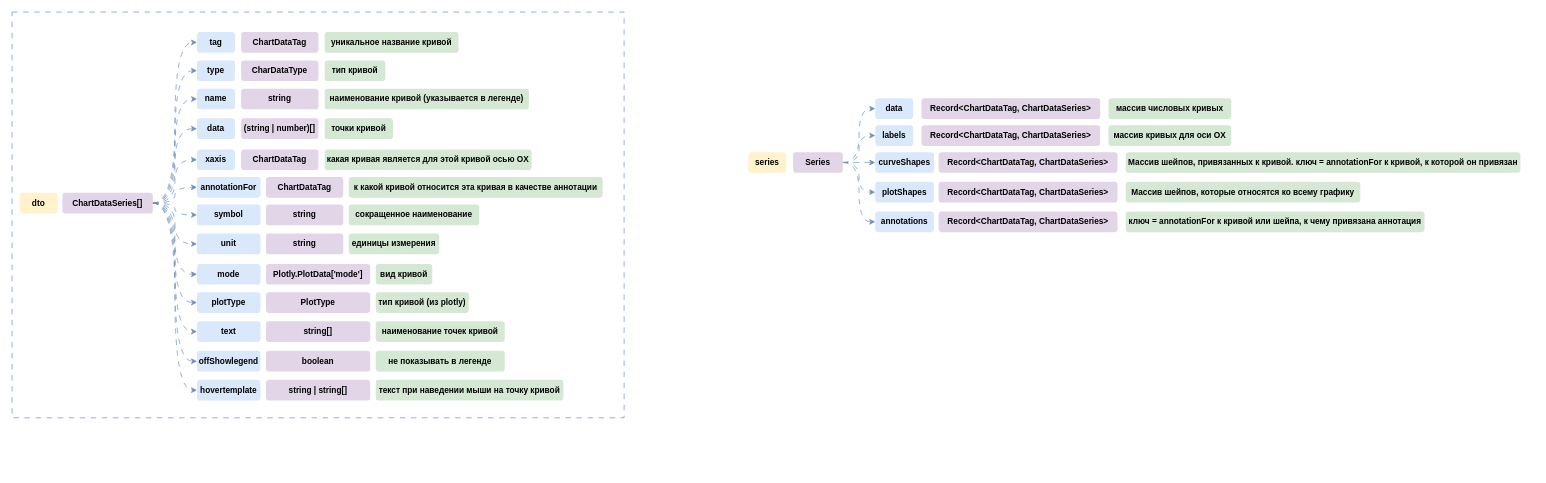
Earlier version of the draw.io diagram page "Flow" (3 of 4) of Plotly.drawio (orlov-oleg-developer/asuter-UML). Source tidied: cells renumbered, new cells numbered last; positions are measured from the earlier drawing's top-left corner, leaving out a move shared by most shapes. Both pictures are drawn from the tidied source at 69%, with x=0, y=0 at pixel (12, 12).
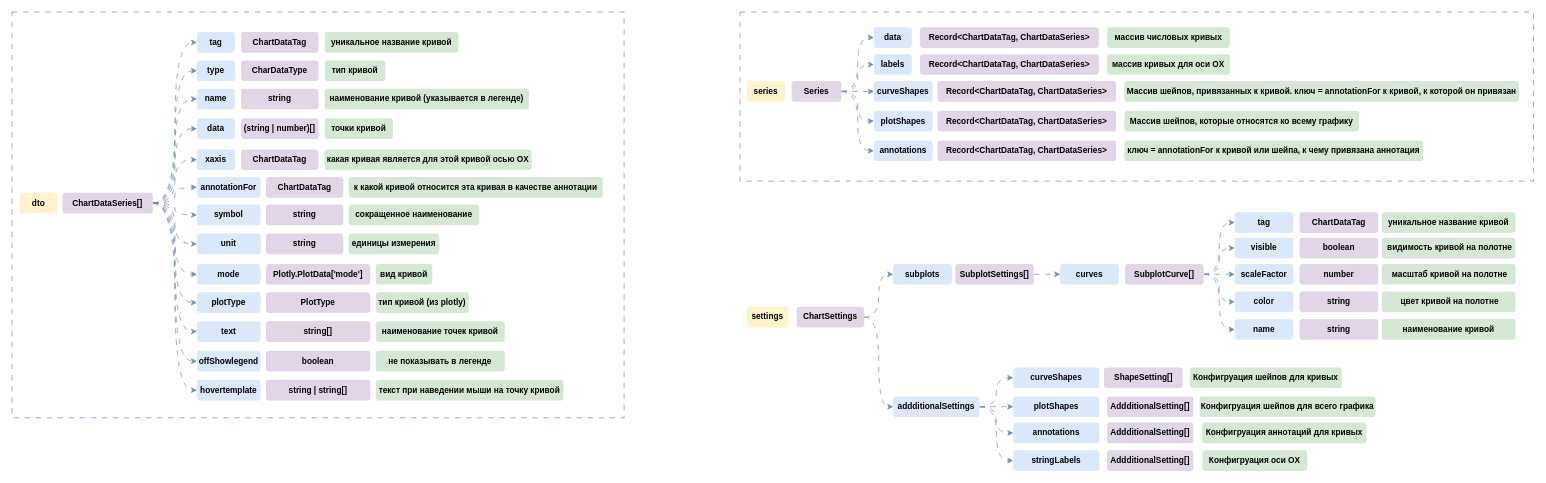
After the change.

What changed in the source:
```diff
@@
+    <mxCell id="80" style="rounded=0;whiteSpace=wrap;html=1;fontFamily=Helvetica;fontSize=11;fillColor=none;dashed=1;dashPattern=8 8;strokeColor=#6c8ebf;" parent="1" vertex="1">
+      <mxGeometry x="1055" width="1150" height="245" as="geometry" />
+    </mxCell>
@@
     <mxCell id="58" value="series" style="rounded=1;whiteSpace=wrap;html=1;fillColor=#fff2cc;strokeColor=none;fontStyle=1;" parent="1" vertex="1">
-      <mxGeometry x="1067" y="203" width="55" height="30" as="geometry" />
+      <mxGeometry x="1065" y="100" width="55" height="30" as="geometry" />
     </mxCell>
@@
     <mxCell id="64" value="Series" style="rounded=1;whiteSpace=wrap;html=1;fillColor=#e1d5e7;strokeColor=none;fontStyle=1;" parent="1" vertex="1">
-      <mxGeometry x="1132" y="203" width="72" height="30" as="geometry" />
+      <mxGeometry x="1130" y="100" width="72" height="30" as="geometry" />
     </mxCell>
     <mxCell id="65" value="data" style="rounded=1;whiteSpace=wrap;html=1;fillColor=#dae8fc;strokeColor=none;fontStyle=1;" parent="1" vertex="1">
-      <mxGeometry x="1251" y="125" width="55" height="30" as="geometry" />
+      <mxGeometry x="1249" y="22" width="55" height="30" as="geometry" />
     </mxCell>
     <mxCell id="66" value="Record&amp;lt;ChartDataTag, ChartDataSeries&amp;gt;" style="rounded=1;whiteSpace=wrap;html=1;fillColor=#e1d5e7;strokeColor=none;fontStyle=1;" parent="1" vertex="1">
-      <mxGeometry x="1318" y="125" width="259" height="30" as="geometry" />
+      <mxGeometry x="1316" y="22" width="259" height="30" as="geometry" />
     </mxCell>
     <mxCell id="67" value="массив числовых кривых" style="rounded=1;whiteSpace=wrap;html=1;fillColor=#d5e8d4;strokeColor=none;fontStyle=1;" parent="1" vertex="1">
-      <mxGeometry x="1589" y="125" width="178" height="30" as="geometry" />
+      <mxGeometry x="1587" y="22" width="178" height="30" as="geometry" />
     </mxCell>
     <mxCell id="68" value="labels" style="rounded=1;whiteSpace=wrap;html=1;fillColor=#dae8fc;strokeColor=none;fontStyle=1;" parent="1" vertex="1">
-      <mxGeometry x="1251" y="164" width="55" height="30" as="geometry" />
+      <mxGeometry x="1249" y="61" width="55" height="30" as="geometry" />
     </mxCell>
     <mxCell id="69" value="Record&amp;lt;ChartDataTag, ChartDataSeries&amp;gt;" style="rounded=1;whiteSpace=wrap;html=1;fillColor=#e1d5e7;strokeColor=none;fontStyle=1;" parent="1" vertex="1">
-      <mxGeometry x="1318" y="164" width="259" height="30" as="geometry" />
+      <mxGeometry x="1316" y="61" width="259" height="30" as="geometry" />
     </mxCell>
     <mxCell id="70" value="массив кривых для оси OX" style="rounded=1;whiteSpace=wrap;html=1;fillColor=#d5e8d4;strokeColor=none;fontStyle=1;" parent="1" vertex="1">
-      <mxGeometry x="1589" y="164" width="178" height="30" as="geometry" />
+      <mxGeometry x="1587" y="61" width="178" height="30" as="geometry" />
     </mxCell>
     <mxCell id="71" value="curveShapes" style="rounded=1;whiteSpace=wrap;html=1;fillColor=#dae8fc;strokeColor=none;fontStyle=1;" parent="1" vertex="1">
-      <mxGeometry x="1251" y="203" width="85" height="30" as="geometry" />
+      <mxGeometry x="1249" y="100" width="85" height="30" as="geometry" />
     </mxCell>
     <mxCell id="72" value="Record&amp;lt;ChartDataTag, ChartDataSeries&amp;gt;" style="rounded=1;whiteSpace=wrap;html=1;fillColor=#e1d5e7;strokeColor=none;fontStyle=1;" parent="1" vertex="1">
-      <mxGeometry x="1343" y="203" width="259" height="30" as="geometry" />
+      <mxGeometry x="1341" y="100" width="259" height="30" as="geometry" />
     </mxCell>
     <mxCell id="73" value="Массив шейпов, привязанных к кривой. ключ = annotationFor к кривой, к которой он привязан" style="rounded=1;whiteSpace=wrap;html=1;fillColor=#d5e8d4;strokeColor=none;fontStyle=1;" parent="1" vertex="1">
-      <mxGeometry x="1614" y="203" width="572" height="30" as="geometry" />
+      <mxGeometry x="1612" y="100" width="572" height="30" as="geometry" />
     </mxCell>
     <mxCell id="74" value="plotShapes" style="rounded=1;whiteSpace=wrap;html=1;fillColor=#dae8fc;strokeColor=none;fontStyle=1;" parent="1" vertex="1">
-      <mxGeometry x="1251" y="246" width="85" height="30" as="geometry" />
+      <mxGeometry x="1249" y="143" width="85" height="30" as="geometry" />
     </mxCell>
     <mxCell id="75" value="Record&amp;lt;ChartDataTag, ChartDataSeries&amp;gt;" style="rounded=1;whiteSpace=wrap;html=1;fillColor=#e1d5e7;strokeColor=none;fontStyle=1;" parent="1" vertex="1">
-      <mxGeometry x="1343" y="246" width="259" height="30" as="geometry" />
+      <mxGeometry x="1341" y="143" width="259" height="30" as="geometry" />
     </mxCell>
     <mxCell id="76" value="Массив шейпов, которые относятся ко всему графику" style="rounded=1;whiteSpace=wrap;html=1;fillColor=#d5e8d4;strokeColor=none;fontStyle=1;" parent="1" vertex="1">
-      <mxGeometry x="1614" y="246" width="340" height="30" as="geometry" />
+      <mxGeometry x="1612" y="143" width="340" height="30" as="geometry" />
     </mxCell>
     <mxCell id="77" value="annotations" style="rounded=1;whiteSpace=wrap;html=1;fillColor=#dae8fc;strokeColor=none;fontStyle=1;" parent="1" vertex="1">
-      <mxGeometry x="1251" y="289" width="85" height="30" as="geometry" />
+      <mxGeometry x="1249" y="186" width="85" height="30" as="geometry" />
     </mxCell>
     <mxCell id="78" value="Record&amp;lt;ChartDataTag, ChartDataSeries&amp;gt;" style="rounded=1;whiteSpace=wrap;html=1;fillColor=#e1d5e7;strokeColor=none;fontStyle=1;" parent="1" vertex="1">
-      <mxGeometry x="1343" y="289" width="259" height="30" as="geometry" />
+      <mxGeometry x="1341" y="186" width="259" height="30" as="geometry" />
     </mxCell>
     <mxCell id="79" value="ключ = annotationFor к кривой или шейпа, к чему привязана аннотация" style="rounded=1;whiteSpace=wrap;html=1;fillColor=#d5e8d4;strokeColor=none;fontStyle=1;" parent="1" vertex="1">
-      <mxGeometry x="1614" y="289" width="433" height="30" as="geometry" />
+      <mxGeometry x="1612" y="186" width="433" height="30" as="geometry" />
     </mxCell>
+    <mxCell id="81" value="settings" style="rounded=1;whiteSpace=wrap;html=1;fillColor=#fff2cc;strokeColor=none;fontStyle=1;" parent="1" vertex="1">
+      <mxGeometry x="1065" y="427" width="60" height="30" as="geometry" />
+    </mxCell>
+    <mxCell id="82" style="edgeStyle=orthogonalEdgeStyle;shape=connector;curved=1;rounded=0;jettySize=auto;html=1;entryX=0;entryY=0.5;entryDx=0;entryDy=0;dashed=1;dashPattern=8 8;labelBackgroundColor=default;strokeColor=#6c8ebf;align=center;verticalAlign=middle;fontFamily=Helvetica;fontSize=11;fontColor=default;endArrow=classic;endFill=1;fillColor=#dae8fc;" parent="1" edge="1" source="84" target="85">
+      <mxGeometry relative="1" as="geometry" />
+    </mxCell>
+    <mxCell id="83" style="edgeStyle=orthogonalEdgeStyle;shape=connector;curved=1;rounded=0;jettySize=auto;html=1;entryX=0;entryY=0.5;entryDx=0;entryDy=0;dashed=1;dashPattern=8 8;labelBackgroundColor=default;strokeColor=#6c8ebf;align=center;verticalAlign=middle;fontFamily=Helvetica;fontSize=11;fontColor=default;endArrow=classic;endFill=1;fillColor=#dae8fc;" parent="1" edge="1" source="84" target="114">
+      <mxGeometry relative="1" as="geometry" />
+    </mxCell>
+    <mxCell id="84" value="ChartSettings" style="rounded=1;whiteSpace=wrap;html=1;fillColor=#e1d5e7;strokeColor=none;fontStyle=1;" parent="1" vertex="1">
+      <mxGeometry x="1137" y="427" width="98" height="30" as="geometry" />
+    </mxCell>
+    <mxCell id="85" value="subplots" style="rounded=1;whiteSpace=wrap;html=1;fillColor=#dae8fc;strokeColor=none;fontStyle=1;" parent="1" vertex="1">
+      <mxGeometry x="1277" y="365" width="85" height="30" as="geometry" />
+    </mxCell>
+    <mxCell id="86" style="edgeStyle=orthogonalEdgeStyle;shape=connector;curved=1;rounded=0;jettySize=auto;html=1;entryX=0;entryY=0.5;entryDx=0;entryDy=0;dashed=1;dashPattern=8 8;labelBackgroundColor=default;strokeColor=#6c8ebf;align=center;verticalAlign=middle;fontFamily=Helvetica;fontSize=11;fontColor=default;endArrow=classic;endFill=1;fillColor=#dae8fc;" parent="1" edge="1" source="87" target="88">
+      <mxGeometry relative="1" as="geometry" />
+    </mxCell>
+    <mxCell id="87" value="SubplotSettings[]" style="rounded=1;whiteSpace=wrap;html=1;fillColor=#e1d5e7;strokeColor=none;fontStyle=1;" parent="1" vertex="1">
+      <mxGeometry x="1367" y="365" width="114" height="30" as="geometry" />
+    </mxCell>
+    <mxCell id="88" value="curves" style="rounded=1;whiteSpace=wrap;html=1;fillColor=#dae8fc;strokeColor=none;fontStyle=1;" parent="1" vertex="1">
+      <mxGeometry x="1519" y="365" width="85" height="30" as="geometry" />
+    </mxCell>
+    <mxCell id="89" style="edgeStyle=orthogonalEdgeStyle;shape=connector;curved=1;rounded=0;jettySize=auto;html=1;entryX=0;entryY=0.5;entryDx=0;entryDy=0;dashed=1;dashPattern=8 8;labelBackgroundColor=default;strokeColor=#6c8ebf;align=center;verticalAlign=middle;fontFamily=Helvetica;fontSize=11;fontColor=default;endArrow=classic;endFill=1;fillColor=#dae8fc;" parent="1" edge="1" source="94" target="95">
+      <mxGeometry relative="1" as="geometry" />
+    </mxCell>
+    <mxCell id="90" style="edgeStyle=orthogonalEdgeStyle;shape=connector;curved=1;rounded=0;jettySize=auto;html=1;entryX=0;entryY=0.5;entryDx=0;entryDy=0;dashed=1;dashPattern=8 8;labelBackgroundColor=default;strokeColor=#6c8ebf;align=center;verticalAlign=middle;fontFamily=Helvetica;fontSize=11;fontColor=default;endArrow=classic;endFill=1;fillColor=#dae8fc;" parent="1" edge="1" source="94" target="97">
+      <mxGeometry relative="1" as="geometry" />
+    </mxCell>
+    <mxCell id="91" style="edgeStyle=orthogonalEdgeStyle;shape=connector;curved=1;rounded=0;jettySize=auto;html=1;entryX=0;entryY=0.5;entryDx=0;entryDy=0;dashed=1;dashPattern=8 8;labelBackgroundColor=default;strokeColor=#6c8ebf;align=center;verticalAlign=middle;fontFamily=Helvetica;fontSize=11;fontColor=default;endArrow=classic;endFill=1;fillColor=#dae8fc;" parent="1" edge="1" source="94" target="99">
+      <mxGeometry relative="1" as="geometry" />
+    </mxCell>
+    <mxCell id="92" style="edgeStyle=orthogonalEdgeStyle;shape=connector;curved=1;rounded=0;jettySize=auto;html=1;entryX=0;entryY=0.5;entryDx=0;entryDy=0;dashed=1;dashPattern=8 8;labelBackgroundColor=default;strokeColor=#6c8ebf;align=center;verticalAlign=middle;fontFamily=Helvetica;fontSize=11;fontColor=default;endArrow=classic;endFill=1;fillColor=#dae8fc;" parent="1" edge="1" source="94" target="101">
+      <mxGeometry relative="1" as="geometry" />
+    </mxCell>
+    <mxCell id="93" style="edgeStyle=orthogonalEdgeStyle;shape=connector;curved=1;rounded=0;jettySize=auto;html=1;entryX=0;entryY=0.5;entryDx=0;entryDy=0;dashed=1;dashPattern=8 8;labelBackgroundColor=default;strokeColor=#6c8ebf;align=center;verticalAlign=middle;fontFamily=Helvetica;fontSize=11;fontColor=default;endArrow=classic;endFill=1;fillColor=#dae8fc;" parent="1" edge="1" source="94" target="103">
+      <mxGeometry relative="1" as="geometry" />
+    </mxCell>
+    <mxCell id="94" value="SubplotCurve[]" style="rounded=1;whiteSpace=wrap;html=1;fillColor=#e1d5e7;strokeColor=none;fontStyle=1;" parent="1" vertex="1">
+      <mxGeometry x="1613" y="365" width="114" height="30" as="geometry" />
+    </mxCell>
+    <mxCell id="95" value="tag" style="rounded=1;whiteSpace=wrap;html=1;fillColor=#dae8fc;strokeColor=none;fontStyle=1;" parent="1" vertex="1">
+      <mxGeometry x="1772" y="290" width="85" height="30" as="geometry" />
+    </mxCell>
+    <mxCell id="96" value="ChartDataTag" style="rounded=1;whiteSpace=wrap;html=1;fillColor=#e1d5e7;strokeColor=none;fontStyle=1;" parent="1" vertex="1">
+      <mxGeometry x="1866" y="290" width="114" height="30" as="geometry" />
+    </mxCell>
+    <mxCell id="97" value="visible" style="rounded=1;whiteSpace=wrap;html=1;fillColor=#dae8fc;strokeColor=none;fontStyle=1;" parent="1" vertex="1">
+      <mxGeometry x="1772" y="327" width="85" height="30" as="geometry" />
+    </mxCell>
+    <mxCell id="98" value="boolean" style="rounded=1;whiteSpace=wrap;html=1;fillColor=#e1d5e7;strokeColor=none;fontStyle=1;" parent="1" vertex="1">
+      <mxGeometry x="1866" y="327" width="114" height="30" as="geometry" />
+    </mxCell>
+    <mxCell id="99" value="scaleFactor" style="rounded=1;whiteSpace=wrap;html=1;fillColor=#dae8fc;strokeColor=none;fontStyle=1;" parent="1" vertex="1">
+      <mxGeometry x="1772" y="365" width="85" height="30" as="geometry" />
+    </mxCell>
+    <mxCell id="100" value="number" style="rounded=1;whiteSpace=wrap;html=1;fillColor=#e1d5e7;strokeColor=none;fontStyle=1;" parent="1" vertex="1">
+      <mxGeometry x="1866" y="365" width="114" height="30" as="geometry" />
+    </mxCell>
+    <mxCell id="101" value="color" style="rounded=1;whiteSpace=wrap;html=1;fillColor=#dae8fc;strokeColor=none;fontStyle=1;" parent="1" vertex="1">
+      <mxGeometry x="1772" y="405" width="85" height="30" as="geometry" />
+    </mxCell>
+    <mxCell id="102" value="string" style="rounded=1;whiteSpace=wrap;html=1;fillColor=#e1d5e7;strokeColor=none;fontStyle=1;" parent="1" vertex="1">
+      <mxGeometry x="1866" y="405" width="114" height="30" as="geometry" />
+    </mxCell>
+    <mxCell id="103" value="name" style="rounded=1;whiteSpace=wrap;html=1;fillColor=#dae8fc;strokeColor=none;fontStyle=1;" parent="1" vertex="1">
+      <mxGeometry x="1772" y="445" width="85" height="30" as="geometry" />
+    </mxCell>
+    <mxCell id="104" value="string" style="rounded=1;whiteSpace=wrap;html=1;fillColor=#e1d5e7;strokeColor=none;fontStyle=1;" parent="1" vertex="1">
+      <mxGeometry x="1866" y="445" width="114" height="30" as="geometry" />
+    </mxCell>
+    <mxCell id="105" value="уникальное название кривой" style="rounded=1;whiteSpace=wrap;html=1;fillColor=#d5e8d4;strokeColor=none;fontStyle=1;" parent="1" vertex="1">
+      <mxGeometry x="1985" y="290" width="194" height="30" as="geometry" />
+    </mxCell>
+    <mxCell id="106" value="&amp;nbsp;видимость кривой на полотне" style="rounded=1;whiteSpace=wrap;html=1;fillColor=#d5e8d4;strokeColor=none;fontStyle=1;" parent="1" vertex="1">
+      <mxGeometry x="1985" y="327" width="194" height="30" as="geometry" />
+    </mxCell>
+    <mxCell id="107" value="&amp;nbsp;масштаб кривой на полотне" style="rounded=1;whiteSpace=wrap;html=1;fillColor=#d5e8d4;strokeColor=none;fontStyle=1;" parent="1" vertex="1">
+      <mxGeometry x="1985" y="365" width="194" height="30" as="geometry" />
+    </mxCell>
+    <mxCell id="108" value="&amp;nbsp;цвет кривой на полотне" style="rounded=1;whiteSpace=wrap;html=1;fillColor=#d5e8d4;strokeColor=none;fontStyle=1;" parent="1" vertex="1">
+      <mxGeometry x="1985" y="405" width="194" height="30" as="geometry" />
+    </mxCell>
+    <mxCell id="109" value="наименование кривой" style="rounded=1;whiteSpace=wrap;html=1;fillColor=#d5e8d4;strokeColor=none;fontStyle=1;" parent="1" vertex="1">
+      <mxGeometry x="1985" y="445" width="194" height="30" as="geometry" />
+    </mxCell>
+    <mxCell id="110" style="edgeStyle=orthogonalEdgeStyle;shape=connector;curved=1;rounded=0;jettySize=auto;html=1;entryX=0;entryY=0.5;entryDx=0;entryDy=0;dashed=1;dashPattern=8 8;labelBackgroundColor=default;strokeColor=#6c8ebf;align=center;verticalAlign=middle;fontFamily=Helvetica;fontSize=11;fontColor=default;endArrow=classic;endFill=1;fillColor=#dae8fc;" parent="1" edge="1" source="114" target="115">
+      <mxGeometry relative="1" as="geometry" />
+    </mxCell>
+    <mxCell id="111" style="edgeStyle=orthogonalEdgeStyle;shape=connector;curved=1;rounded=0;jettySize=auto;html=1;entryX=0;entryY=0.5;entryDx=0;entryDy=0;dashed=1;dashPattern=8 8;labelBackgroundColor=default;strokeColor=#6c8ebf;align=center;verticalAlign=middle;fontFamily=Helvetica;fontSize=11;fontColor=default;endArrow=classic;endFill=1;fillColor=#dae8fc;" parent="1" edge="1" source="114" target="117">
+      <mxGeometry relative="1" as="geometry" />
+    </mxCell>
+    <mxCell id="112" style="edgeStyle=orthogonalEdgeStyle;shape=connector;curved=1;rounded=0;jettySize=auto;html=1;entryX=0;entryY=0.5;entryDx=0;entryDy=0;dashed=1;dashPattern=8 8;labelBackgroundColor=default;strokeColor=#6c8ebf;align=center;verticalAlign=middle;fontFamily=Helvetica;fontSize=11;fontColor=default;endArrow=classic;endFill=1;fillColor=#dae8fc;" parent="1" edge="1" source="114" target="119">
+      <mxGeometry relative="1" as="geometry" />
+    </mxCell>
+    <mxCell id="113" style="edgeStyle=orthogonalEdgeStyle;shape=connector;curved=1;rounded=0;jettySize=auto;html=1;entryX=0;entryY=0.5;entryDx=0;entryDy=0;dashed=1;dashPattern=8 8;labelBackgroundColor=default;strokeColor=#6c8ebf;align=center;verticalAlign=middle;fontFamily=Helvetica;fontSize=11;fontColor=default;endArrow=classic;endFill=1;fillColor=#dae8fc;" parent="1" edge="1" source="114" target="121">
+      <mxGeometry relative="1" as="geometry" />
+    </mxCell>
+    <mxCell id="114" value="addditionalSettings" style="rounded=1;whiteSpace=wrap;html=1;fillColor=#dae8fc;strokeColor=none;fontStyle=1;" parent="1" vertex="1">
+      <mxGeometry x="1277" y="557" width="125" height="30" as="geometry" />
+    </mxCell>
+    <mxCell id="115" value="curveShapes" style="rounded=1;whiteSpace=wrap;html=1;fillColor=#dae8fc;strokeColor=none;fontStyle=1;" parent="1" vertex="1">
+      <mxGeometry x="1451" y="515" width="125" height="30" as="geometry" />
+    </mxCell>
+    <mxCell id="116" value="ShapeSetting[]" style="rounded=1;whiteSpace=wrap;html=1;fillColor=#e1d5e7;strokeColor=none;fontStyle=1;" parent="1" vertex="1">
+      <mxGeometry x="1582.5" y="515" width="114" height="30" as="geometry" />
+    </mxCell>
+    <mxCell id="117" value="plotShapes" style="rounded=1;whiteSpace=wrap;html=1;fillColor=#dae8fc;strokeColor=none;fontStyle=1;" parent="1" vertex="1">
+      <mxGeometry x="1451" y="557" width="125" height="30" as="geometry" />
+    </mxCell>
+    <mxCell id="118" value="AddditionalSetting[]" style="rounded=1;whiteSpace=wrap;html=1;fillColor=#e1d5e7;strokeColor=none;fontStyle=1;" parent="1" vertex="1">
+      <mxGeometry x="1587" y="557" width="125" height="30" as="geometry" />
+    </mxCell>
+    <mxCell id="119" value="annotations" style="rounded=1;whiteSpace=wrap;html=1;fillColor=#dae8fc;strokeColor=none;fontStyle=1;" parent="1" vertex="1">
+      <mxGeometry x="1451" y="595" width="125" height="30" as="geometry" />
+    </mxCell>
+    <mxCell id="120" value="AddditionalSetting[]" style="rounded=1;whiteSpace=wrap;html=1;fillColor=#e1d5e7;strokeColor=none;fontStyle=1;" parent="1" vertex="1">
+      <mxGeometry x="1587" y="595" width="125" height="30" as="geometry" />
+    </mxCell>
+    <mxCell id="121" value="stringLabels" style="rounded=1;whiteSpace=wrap;html=1;fillColor=#dae8fc;strokeColor=none;fontStyle=1;" parent="1" vertex="1">
+      <mxGeometry x="1451" y="635" width="125" height="30" as="geometry" />
+    </mxCell>
+    <mxCell id="122" value="AddditionalSetting[]" style="rounded=1;whiteSpace=wrap;html=1;fillColor=#e1d5e7;strokeColor=none;fontStyle=1;" parent="1" vertex="1">
+      <mxGeometry x="1587" y="635" width="125" height="30" as="geometry" />
+    </mxCell>
+    <mxCell id="123" value="Конфигруация шейпов для кривых" style="rounded=1;whiteSpace=wrap;html=1;fillColor=#d5e8d4;strokeColor=none;fontStyle=1;" parent="1" vertex="1">
+      <mxGeometry x="1707" y="515" width="220" height="30" as="geometry" />
+    </mxCell>
+    <mxCell id="124" value="Конфигруация шейпов для всего графика" style="rounded=1;whiteSpace=wrap;html=1;fillColor=#d5e8d4;strokeColor=none;fontStyle=1;" parent="1" vertex="1">
+      <mxGeometry x="1721" y="557" width="255" height="30" as="geometry" />
+    </mxCell>
+    <mxCell id="125" value="Конфигруация аннотаций для кривых" style="rounded=1;whiteSpace=wrap;html=1;fillColor=#d5e8d4;strokeColor=none;fontStyle=1;" parent="1" vertex="1">
+      <mxGeometry x="1725" y="595" width="238" height="30" as="geometry" />
+    </mxCell>
+    <mxCell id="126" value="Конфигруация оси OX" style="rounded=1;whiteSpace=wrap;html=1;fillColor=#d5e8d4;strokeColor=none;fontStyle=1;" parent="1" vertex="1">
+      <mxGeometry x="1725" y="635" width="152" height="30" as="geometry" />
+    </mxCell>
```
